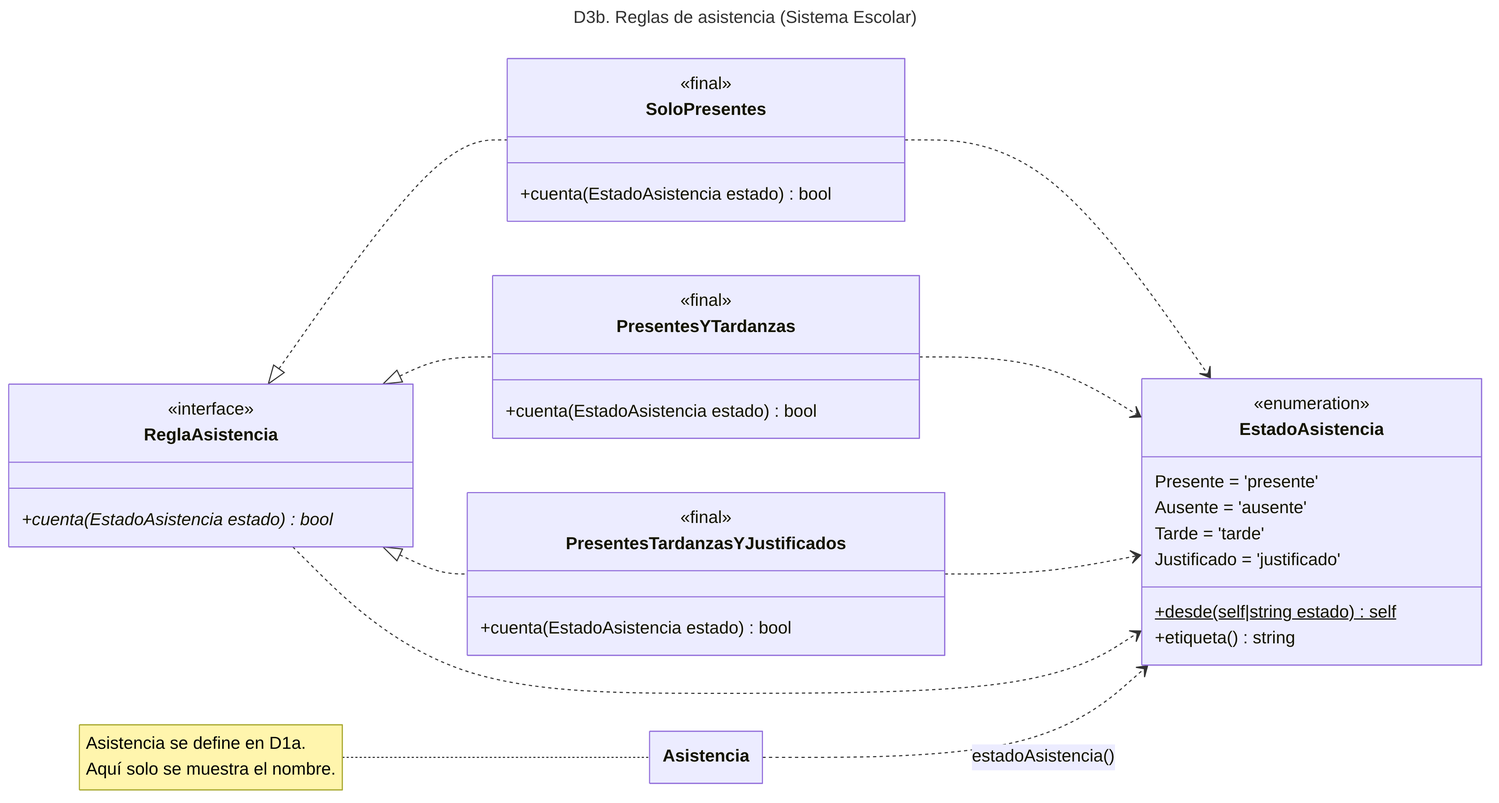
Above: docs/diagramas/D3b_reglas.png in gnvargas-dev/sistema-control-acceso (Mermaid), before the change. Its source is kept beside it as docs/diagramas/D3b_reglas.mmd.
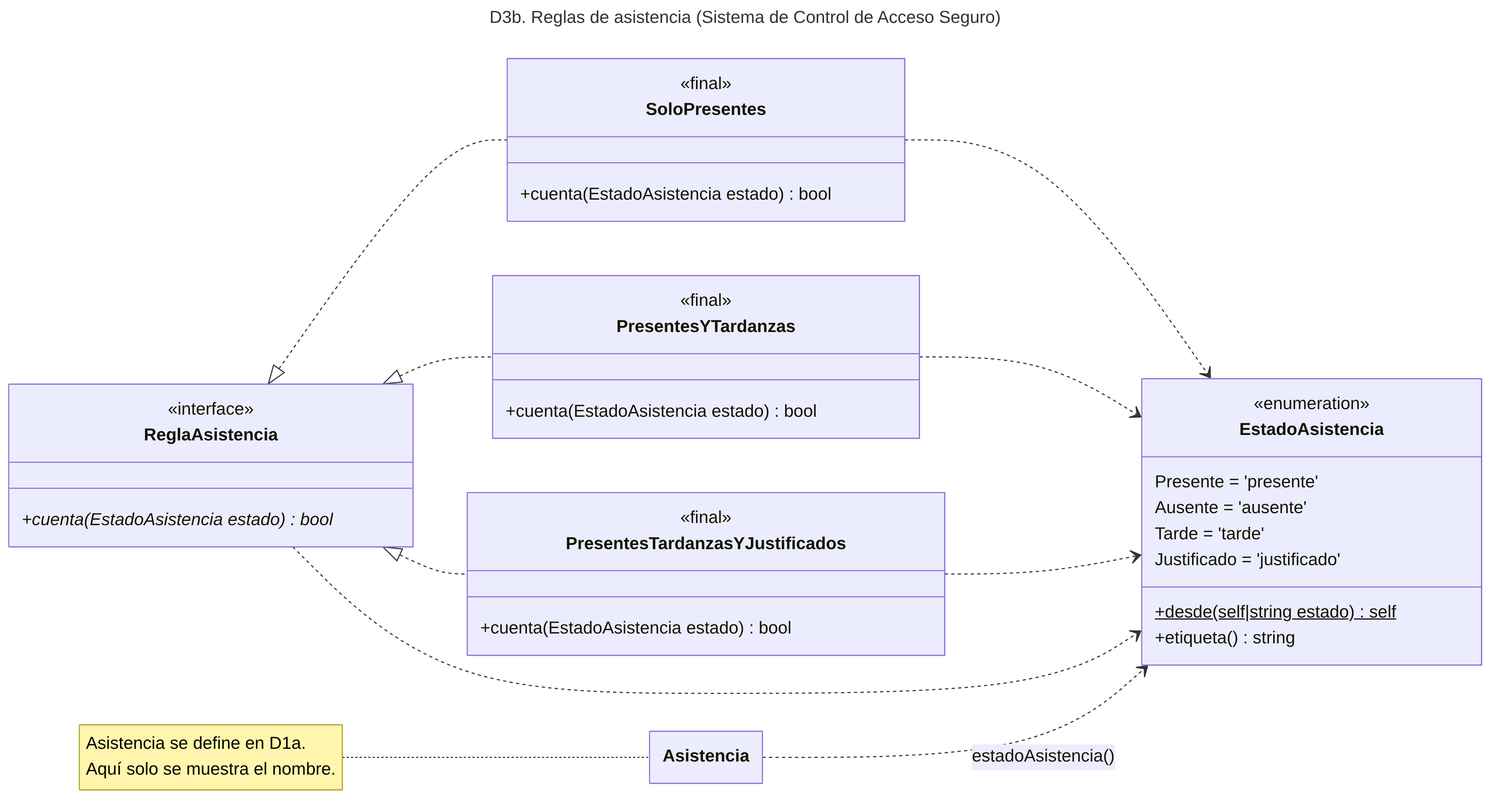
The same diagram one commit later.

Diff of the diagram source:
```diff
@@ -1,5 +1,5 @@
 ---
-title: "D3b. Reglas de asistencia (Sistema Escolar)"
+title: "D3b. Reglas de asistencia (Sistema de Control de Acceso Seguro)"
 config:
   class:
     hideEmptyMembersBox: true
```
